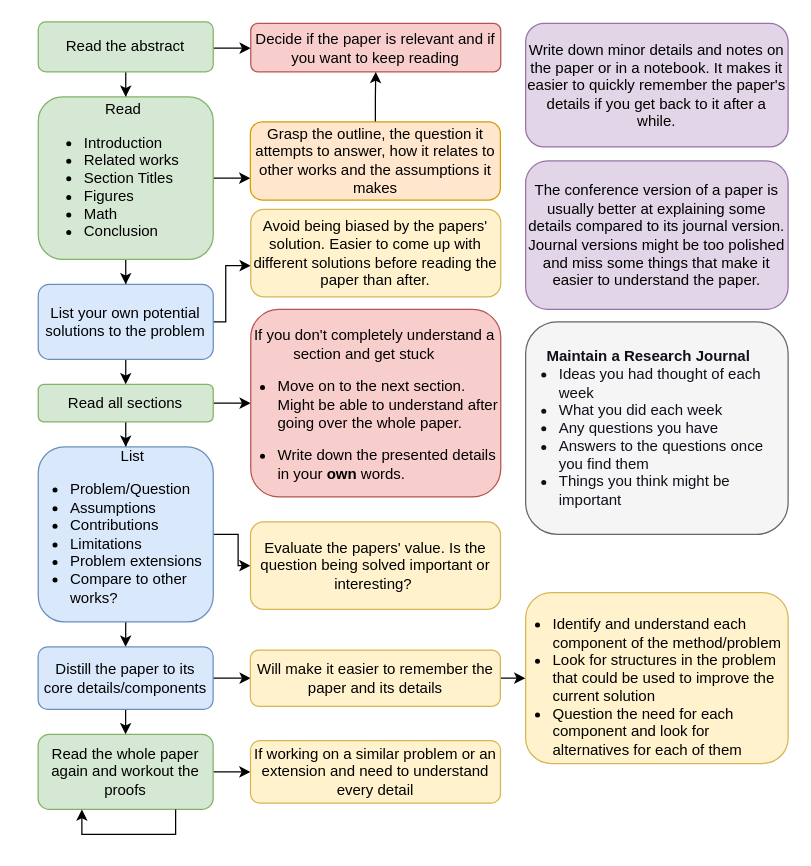
Earlier version of the draw.io diagram how_to_read.drawio (itskalvik/how-to-read). Source tidied: cells renumbered, new cells numbered last; positions are measured from the earlier drawing's top-left corner, leaving out a move shared by most shapes. Both pictures are drawn from the tidied source at 125%, with x=0, y=0 at pixel (38, 21).
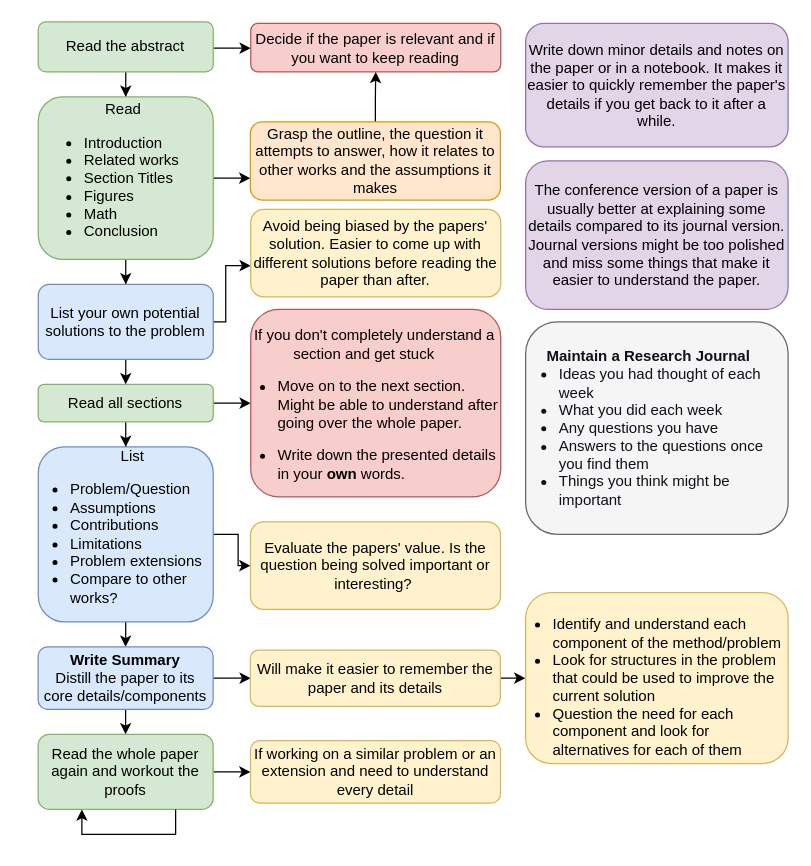
After the change.

The edit, as a diff of the source:
```diff
@@
-    <mxCell id="28" value="Distill the paper to its core details/components" style="whiteSpace=wrap;html=1;rounded=1;fillColor=#dae8fc;strokeColor=#6c8ebf;" parent="1" vertex="1">
+    <mxCell id="28" value="&lt;b&gt;Write Summary&lt;/b&gt;&lt;br&gt;Distill the paper to its core details/components" style="whiteSpace=wrap;html=1;rounded=1;fillColor=#dae8fc;strokeColor=#6c8ebf;" parent="1" vertex="1">
       <mxGeometry y="500" width="140" height="50" as="geometry" />
     </mxCell>
```
